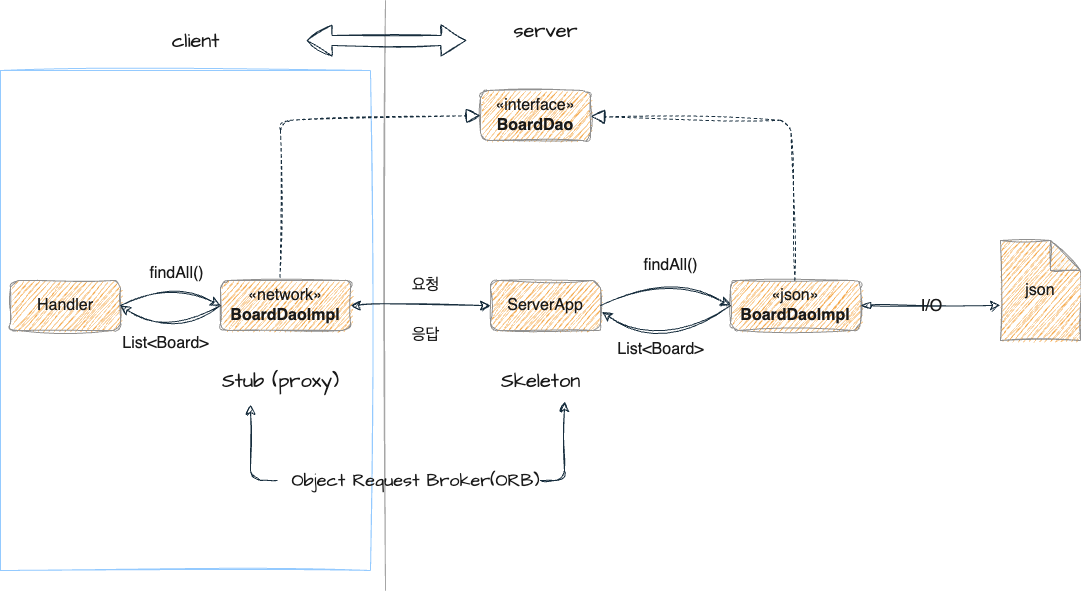
zhtmr/static-files-for-posting keeps this draw.io diagram as 20240117/proxy-diagram.png. Above is the earlier version. Source tidied: cells renumbered, new cells last; positions are measured from the earlier drawing's top-left corner, leaving out a move shared by most shapes.
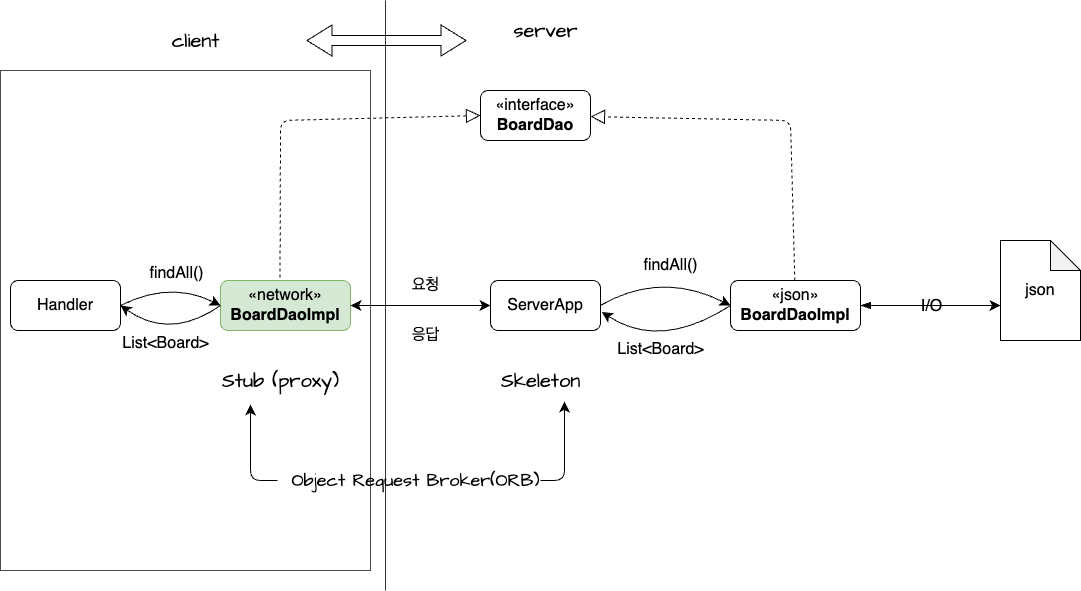
Above is the later version.

Diff of the diagram source:
```diff
@@ -2,28 +2,28 @@
   <root>
     <mxCell id="0" />
     <mxCell id="1" parent="0" />
-    <mxCell id="2" style="rounded=0;whiteSpace=wrap;html=1;sketch=1;hachureGap=4;jiggle=2;curveFitting=1;fontFamily=Architects Daughter;fontSource=https%3A%2F%2Ffonts.googleapis.com%2Fcss%3Ffamily%3DArchitects%2BDaughter;fontSize=20;opacity=70;glass=1;fillColor=none;shadow=0;labelBackgroundColor=none;strokeColor=#66B2FF;fontColor=#1A1A1A;" parent="1" vertex="1">
+    <mxCell id="2" style="rounded=0;whiteSpace=wrap;html=1;hachureGap=4;fontFamily=Architects Daughter;fontSource=https%3A%2F%2Ffonts.googleapis.com%2Fcss%3Ffamily%3DArchitects%2BDaughter;fontSize=20;opacity=70;glass=1;fillColor=none;shadow=0;labelBackgroundColor=none;" parent="1" vertex="1">
       <mxGeometry y="70" width="370" height="500" as="geometry" />
     </mxCell>
-    <mxCell id="3" style="line;strokeWidth=1;direction=south;html=1;sketch=1;hachureGap=4;jiggle=2;curveFitting=1;strokeColor=#909090;fontFamily=Architects Daughter;fontSource=https%3A%2F%2Ffonts.googleapis.com%2Fcss%3Ffamily%3DArchitects%2BDaughter;fontSize=20;fontColor=#1A1A1A;fillColor=#F5AB50;opacity=80;labelBackgroundColor=none;" parent="1" vertex="1">
+    <mxCell id="3" style="line;strokeWidth=1;direction=south;html=1;hachureGap=4;fontFamily=Architects Daughter;fontSource=https%3A%2F%2Ffonts.googleapis.com%2Fcss%3Ffamily%3DArchitects%2BDaughter;fontSize=20;opacity=80;labelBackgroundColor=none;" parent="1" vertex="1">
       <mxGeometry x="380" width="10" height="590" as="geometry" />
     </mxCell>
-    <mxCell id="4" value="Handler" style="html=1;whiteSpace=wrap;fontSize=16;rounded=1;sketch=1;curveFitting=1;jiggle=2;labelBackgroundColor=none;fillColor=#F5AB50;strokeColor=#909090;fontColor=#1A1A1A;" parent="1" vertex="1">
+    <mxCell id="4" value="Handler" style="html=1;whiteSpace=wrap;fontSize=16;rounded=1;labelBackgroundColor=none;" parent="1" vertex="1">
       <mxGeometry x="10" y="280" width="110" height="50" as="geometry" />
     </mxCell>
-    <mxCell id="5" value="«network»&lt;br&gt;&lt;b&gt;BoardDaoImpl&lt;/b&gt;" style="html=1;whiteSpace=wrap;fontSize=16;rounded=1;sketch=1;curveFitting=1;jiggle=2;labelBackgroundColor=none;fillColor=#F5AB50;strokeColor=#909090;fontColor=#1A1A1A;" parent="1" vertex="1">
+    <mxCell id="5" value="«network»&lt;br&gt;&lt;b&gt;BoardDaoImpl&lt;/b&gt;" style="html=1;whiteSpace=wrap;fontSize=16;rounded=1;labelBackgroundColor=none;fillColor=#d5e8d4;strokeColor=#82b366;" parent="1" vertex="1">
       <mxGeometry x="220" y="280" width="130" height="50" as="geometry" />
     </mxCell>
-    <mxCell id="6" value="«json»&lt;br&gt;&lt;b&gt;BoardDaoImpl&lt;/b&gt;" style="html=1;whiteSpace=wrap;fontSize=16;rounded=1;sketch=1;curveFitting=1;jiggle=2;labelBackgroundColor=none;fillColor=#F5AB50;strokeColor=#909090;fontColor=#1A1A1A;" parent="1" vertex="1">
+    <mxCell id="6" value="«json»&lt;br&gt;&lt;b&gt;BoardDaoImpl&lt;/b&gt;" style="html=1;whiteSpace=wrap;fontSize=16;rounded=1;labelBackgroundColor=none;" parent="1" vertex="1">
       <mxGeometry x="730" y="280" width="130" height="50" as="geometry" />
     </mxCell>
-    <mxCell id="7" value="ServerApp" style="html=1;whiteSpace=wrap;fontSize=16;rounded=1;sketch=1;curveFitting=1;jiggle=2;labelBackgroundColor=none;fillColor=#F5AB50;strokeColor=#909090;fontColor=#1A1A1A;" parent="1" vertex="1">
+    <mxCell id="7" value="ServerApp" style="html=1;whiteSpace=wrap;fontSize=16;rounded=1;labelBackgroundColor=none;" parent="1" vertex="1">
       <mxGeometry x="490" y="280" width="110" height="50" as="geometry" />
     </mxCell>
-    <mxCell id="8" value="«interface»&lt;br&gt;&lt;b&gt;BoardDao&lt;/b&gt;" style="html=1;whiteSpace=wrap;fontSize=16;rounded=1;sketch=1;curveFitting=1;jiggle=2;labelBackgroundColor=none;fillColor=#F5AB50;strokeColor=#909090;fontColor=#1A1A1A;" parent="1" vertex="1">
+    <mxCell id="8" value="«interface»&lt;br&gt;&lt;b&gt;BoardDao&lt;/b&gt;" style="html=1;whiteSpace=wrap;fontSize=16;rounded=1;labelBackgroundColor=none;" parent="1" vertex="1">
       <mxGeometry x="480" y="90" width="110" height="50" as="geometry" />
     </mxCell>
-    <mxCell id="9" style="endArrow=block;dashed=1;endFill=0;endSize=12;html=1;rounded=1;fontSize=12;curved=0;exitX=0.458;exitY=-0.062;exitDx=0;exitDy=0;exitPerimeter=0;entryX=0;entryY=0.5;entryDx=0;entryDy=0;sketch=1;curveFitting=1;jiggle=2;labelBackgroundColor=none;strokeColor=#182E3E;fontColor=default;" parent="1" edge="1" target="8">
+    <mxCell id="9" style="endArrow=block;dashed=1;endFill=0;endSize=12;html=1;rounded=1;fontSize=12;curved=0;exitX=0.458;exitY=-0.062;exitDx=0;exitDy=0;exitPerimeter=0;entryX=0;entryY=0.5;entryDx=0;entryDy=0;labelBackgroundColor=none;fontColor=default;" parent="1" edge="1" target="8">
       <mxGeometry relative="1" as="geometry">
         <mxPoint x="279.5" y="276.9" as="sourcePoint" />
         <Array as="points">
@@ -31,111 +31,111 @@
         </Array>
       </mxGeometry>
     </mxCell>
-    <mxCell id="10" style="endArrow=block;dashed=1;endFill=0;endSize=12;html=1;rounded=1;fontSize=12;curved=0;sketch=1;curveFitting=1;jiggle=2;labelBackgroundColor=none;strokeColor=#182E3E;fontColor=default;" parent="1" edge="1" source="6" target="8">
+    <mxCell id="10" style="endArrow=block;dashed=1;endFill=0;endSize=12;html=1;rounded=1;fontSize=12;curved=0;labelBackgroundColor=none;fontColor=default;" parent="1" edge="1" source="6" target="8">
       <mxGeometry relative="1" as="geometry">
         <Array as="points">
           <mxPoint x="790" y="120" />
         </Array>
       </mxGeometry>
     </mxCell>
-    <mxCell id="11" value="json" style="shape=note;whiteSpace=wrap;html=1;backgroundOutline=1;darkOpacity=0.05;fontSize=16;rounded=1;sketch=1;curveFitting=1;jiggle=2;labelBackgroundColor=none;fillColor=#F5AB50;strokeColor=#909090;fontColor=#1A1A1A;" parent="1" vertex="1">
+    <mxCell id="11" value="json" style="shape=note;whiteSpace=wrap;html=1;backgroundOutline=1;darkOpacity=0.05;fontSize=16;rounded=1;labelBackgroundColor=none;" parent="1" vertex="1">
       <mxGeometry x="1000" y="240" width="80" height="100" as="geometry" />
     </mxCell>
-    <mxCell id="12" style="endArrow=classic;html=1;rounded=0;fontSize=12;startSize=8;endSize=8;curved=1;exitX=1;exitY=0.5;exitDx=0;exitDy=0;entryX=0;entryY=0.5;entryDx=0;entryDy=0;sketch=1;curveFitting=1;jiggle=2;labelBackgroundColor=none;strokeColor=#182E3E;fontColor=default;" parent="1" edge="1" source="4" target="5">
+    <mxCell id="12" style="endArrow=classic;html=1;rounded=0;fontSize=12;startSize=8;endSize=8;curved=1;exitX=1;exitY=0.5;exitDx=0;exitDy=0;entryX=0;entryY=0.5;entryDx=0;entryDy=0;labelBackgroundColor=none;fontColor=default;" parent="1" edge="1" source="4" target="5">
       <mxGeometry relative="1" as="geometry">
         <Array as="points">
           <mxPoint x="170" y="280" />
         </Array>
       </mxGeometry>
     </mxCell>
-    <mxCell id="13" value="findAll()" style="edgeLabel;html=1;align=center;verticalAlign=middle;fontSize=16;sketch=1;curveFitting=1;jiggle=2;labelBackgroundColor=none;fontColor=#1A1A1A;" parent="12" vertex="1">
+    <mxCell id="13" value="findAll()" style="edgeLabel;html=1;align=center;verticalAlign=middle;fontSize=16;labelBackgroundColor=none;" parent="12" vertex="1">
       <mxGeometry relative="1" as="geometry">
         <mxPoint x="5" y="-8" as="offset" />
       </mxGeometry>
     </mxCell>
-    <mxCell id="14" style="endArrow=classic;html=1;rounded=0;fontSize=12;startSize=8;endSize=8;curved=1;entryX=0;entryY=0.5;entryDx=0;entryDy=0;exitX=1;exitY=0.5;exitDx=0;exitDy=0;startArrow=blockThin;startFill=1;sketch=1;curveFitting=1;jiggle=2;labelBackgroundColor=none;strokeColor=#182E3E;fontColor=default;" parent="1" edge="1" source="6">
+    <mxCell id="14" style="endArrow=classic;html=1;rounded=0;fontSize=12;startSize=8;endSize=8;curved=1;entryX=0;entryY=0.5;entryDx=0;entryDy=0;exitX=1;exitY=0.5;exitDx=0;exitDy=0;startArrow=blockThin;startFill=1;labelBackgroundColor=none;fontColor=default;" parent="1" edge="1" source="6">
       <mxGeometry relative="1" as="geometry">
         <mxPoint x="1000" y="305" as="targetPoint" />
       </mxGeometry>
     </mxCell>
-    <mxCell id="15" value="I/O" style="edgeLabel;html=1;align=center;verticalAlign=middle;fontSize=16;sketch=1;curveFitting=1;jiggle=2;labelBackgroundColor=none;fontColor=#1A1A1A;" parent="14" vertex="1">
+    <mxCell id="15" value="I/O" style="edgeLabel;html=1;align=center;verticalAlign=middle;fontSize=16;labelBackgroundColor=none;" parent="14" vertex="1">
       <mxGeometry relative="1" as="geometry" />
     </mxCell>
-    <mxCell id="16" style="endArrow=classic;html=1;rounded=0;fontSize=12;startSize=8;endSize=8;curved=1;exitX=0;exitY=0.5;exitDx=0;exitDy=0;entryX=1;entryY=0.5;entryDx=0;entryDy=0;sketch=1;curveFitting=1;jiggle=2;labelBackgroundColor=none;strokeColor=#182E3E;fontColor=default;" parent="1" edge="1" source="5" target="4">
+    <mxCell id="16" style="endArrow=classic;html=1;rounded=0;fontSize=12;startSize=8;endSize=8;curved=1;exitX=0;exitY=0.5;exitDx=0;exitDy=0;entryX=1;entryY=0.5;entryDx=0;entryDy=0;labelBackgroundColor=none;fontColor=default;" parent="1" edge="1" source="5" target="4">
       <mxGeometry relative="1" as="geometry">
         <Array as="points">
           <mxPoint x="170" y="340" />
         </Array>
       </mxGeometry>
     </mxCell>
-    <mxCell id="17" value="List&amp;lt;Board&amp;gt;" style="edgeLabel;html=1;align=center;verticalAlign=middle;fontSize=16;sketch=1;curveFitting=1;jiggle=2;labelBackgroundColor=none;fontColor=#1A1A1A;" parent="16" vertex="1">
+    <mxCell id="17" value="List&amp;lt;Board&amp;gt;" style="edgeLabel;html=1;align=center;verticalAlign=middle;fontSize=16;labelBackgroundColor=none;" parent="16" vertex="1">
       <mxGeometry relative="1" as="geometry">
         <mxPoint x="-6" y="2" as="offset" />
       </mxGeometry>
     </mxCell>
-    <mxCell id="18" style="endArrow=classic;html=1;rounded=0;fontSize=12;startSize=8;endSize=8;curved=1;exitX=1;exitY=0.5;exitDx=0;exitDy=0;entryX=0;entryY=0.5;entryDx=0;entryDy=0;sketch=1;curveFitting=1;jiggle=2;labelBackgroundColor=none;strokeColor=#182E3E;fontColor=default;" parent="1" edge="1" source="7" target="6">
+    <mxCell id="18" style="endArrow=classic;html=1;rounded=0;fontSize=12;startSize=8;endSize=8;curved=1;exitX=1;exitY=0.5;exitDx=0;exitDy=0;entryX=0;entryY=0.5;entryDx=0;entryDy=0;labelBackgroundColor=none;fontColor=default;" parent="1" edge="1" source="7" target="6">
       <mxGeometry relative="1" as="geometry">
         <Array as="points">
           <mxPoint x="660" y="270" />
         </Array>
       </mxGeometry>
     </mxCell>
-    <mxCell id="19" value="findAll()" style="edgeLabel;html=1;align=center;verticalAlign=middle;fontSize=16;sketch=1;curveFitting=1;jiggle=2;labelBackgroundColor=none;fontColor=#1A1A1A;" parent="18" vertex="1">
+    <mxCell id="19" value="findAll()" style="edgeLabel;html=1;align=center;verticalAlign=middle;fontSize=16;labelBackgroundColor=none;" parent="18" vertex="1">
       <mxGeometry relative="1" as="geometry">
         <mxPoint x="5" y="-8" as="offset" />
       </mxGeometry>
     </mxCell>
-    <mxCell id="20" style="endArrow=classic;html=1;rounded=0;fontSize=12;startSize=8;endSize=8;curved=1;exitX=0;exitY=0.5;exitDx=0;exitDy=0;entryX=1.012;entryY=0.629;entryDx=0;entryDy=0;entryPerimeter=0;sketch=1;curveFitting=1;jiggle=2;labelBackgroundColor=none;strokeColor=#182E3E;fontColor=default;" parent="1" edge="1" source="6" target="7">
+    <mxCell id="20" style="endArrow=classic;html=1;rounded=0;fontSize=12;startSize=8;endSize=8;curved=1;exitX=0;exitY=0.5;exitDx=0;exitDy=0;entryX=1.012;entryY=0.629;entryDx=0;entryDy=0;entryPerimeter=0;labelBackgroundColor=none;fontColor=default;" parent="1" edge="1" source="6" target="7">
       <mxGeometry relative="1" as="geometry">
         <Array as="points">
           <mxPoint x="660" y="350" />
         </Array>
       </mxGeometry>
     </mxCell>
-    <mxCell id="21" value="List&amp;lt;Board&amp;gt;" style="edgeLabel;html=1;align=center;verticalAlign=middle;fontSize=16;sketch=1;curveFitting=1;jiggle=2;labelBackgroundColor=none;fontColor=#1A1A1A;" parent="20" vertex="1">
+    <mxCell id="21" value="List&amp;lt;Board&amp;gt;" style="edgeLabel;html=1;align=center;verticalAlign=middle;fontSize=16;labelBackgroundColor=none;" parent="20" vertex="1">
       <mxGeometry relative="1" as="geometry">
         <mxPoint x="-6" y="2" as="offset" />
       </mxGeometry>
     </mxCell>
-    <mxCell id="22" style="endArrow=classic;startArrow=classic;html=1;rounded=0;fontSize=12;startSize=8;endSize=8;curved=1;exitX=1;exitY=0.5;exitDx=0;exitDy=0;entryX=0;entryY=0.5;entryDx=0;entryDy=0;sketch=1;curveFitting=1;jiggle=2;labelBackgroundColor=none;strokeColor=#182E3E;fontColor=default;" parent="1" edge="1" source="5" target="7">
+    <mxCell id="22" style="endArrow=classic;startArrow=classic;html=1;rounded=0;fontSize=12;startSize=8;endSize=8;curved=1;exitX=1;exitY=0.5;exitDx=0;exitDy=0;entryX=0;entryY=0.5;entryDx=0;entryDy=0;labelBackgroundColor=none;fontColor=default;" parent="1" edge="1" source="5" target="7">
       <mxGeometry relative="1" as="geometry" />
     </mxCell>
-    <mxCell id="23" value="요청" style="text;html=1;align=center;verticalAlign=middle;strokeColor=none;fillColor=none;fontSize=16;sketch=1;curveFitting=1;jiggle=2;labelBackgroundColor=none;fontColor=#1A1A1A;" parent="1" vertex="1">
+    <mxCell id="23" value="요청" style="text;html=1;align=center;verticalAlign=middle;strokeColor=none;fillColor=none;fontSize=16;labelBackgroundColor=none;" parent="1" vertex="1">
       <mxGeometry x="400" y="270" width="50" height="30" as="geometry" />
     </mxCell>
-    <mxCell id="24" value="응답" style="text;html=1;align=center;verticalAlign=middle;strokeColor=none;fillColor=none;fontSize=16;sketch=1;curveFitting=1;jiggle=2;labelBackgroundColor=none;fontColor=#1A1A1A;" parent="1" vertex="1">
+    <mxCell id="24" value="응답" style="text;html=1;align=center;verticalAlign=middle;strokeColor=none;fillColor=none;fontSize=16;labelBackgroundColor=none;" parent="1" vertex="1">
       <mxGeometry x="400" y="320" width="50" height="30" as="geometry" />
     </mxCell>
-    <mxCell id="25" value="Stub (proxy)" style="text;html=1;align=center;verticalAlign=middle;fontSize=20;fontFamily=Architects Daughter;labelBackgroundColor=none;fontColor=#1A1A1A;" parent="1" vertex="1">
+    <mxCell id="25" value="Stub (proxy)" style="text;html=1;align=center;verticalAlign=middle;fontSize=20;fontFamily=Architects Daughter;labelBackgroundColor=none;" parent="1" vertex="1">
       <mxGeometry x="210" y="360" width="140" height="40" as="geometry" />
     </mxCell>
-    <mxCell id="26" value="Skeleton" style="text;html=1;align=center;verticalAlign=middle;points=[];fontSize=20;fontFamily=Architects Daughter;labelBackgroundColor=none;fontColor=#1A1A1A;" parent="1" vertex="1">
+    <mxCell id="26" value="Skeleton" style="text;html=1;align=center;verticalAlign=middle;points=[];fontSize=20;fontFamily=Architects Daughter;labelBackgroundColor=none;" parent="1" vertex="1">
       <mxGeometry x="490" y="360" width="100" height="40" as="geometry" />
     </mxCell>
-    <mxCell id="27" value="Object Request Broker(ORB)" style="text;html=1;align=center;verticalAlign=middle;strokeColor=none;fillColor=none;fontSize=18;fontFamily=Architects Daughter;fontColor=#1A1A1A;labelBackgroundColor=none;" parent="1" vertex="1">
+    <mxCell id="27" value="Object Request Broker(ORB)" style="text;html=1;align=center;verticalAlign=middle;strokeColor=none;fillColor=none;fontSize=18;fontFamily=Architects Daughter;labelBackgroundColor=none;" parent="1" vertex="1">
       <mxGeometry x="280" y="460" width="270" height="40" as="geometry" />
     </mxCell>
-    <mxCell id="28" style="edgeStyle=segmentEdgeStyle;endArrow=classic;html=1;curved=0;rounded=1;endSize=8;startSize=8;sketch=1;hachureGap=4;jiggle=2;curveFitting=1;strokeColor=#182E3E;fontFamily=Architects Daughter;fontSource=https%3A%2F%2Ffonts.googleapis.com%2Fcss%3Ffamily%3DArchitects%2BDaughter;fontSize=16;fontColor=default;entryX=0.74;entryY=1.025;entryDx=0;entryDy=0;entryPerimeter=0;labelBackgroundColor=none;" parent="1" edge="1" target="26">
+    <mxCell id="28" style="edgeStyle=segmentEdgeStyle;endArrow=classic;html=1;curved=0;rounded=1;endSize=8;startSize=8;hachureGap=4;fontFamily=Architects Daughter;fontSource=https%3A%2F%2Ffonts.googleapis.com%2Fcss%3Ffamily%3DArchitects%2BDaughter;fontSize=16;fontColor=default;entryX=0.74;entryY=1.025;entryDx=0;entryDy=0;entryPerimeter=0;labelBackgroundColor=none;" parent="1" edge="1" target="26">
       <mxGeometry relative="1" as="geometry">
         <mxPoint x="540" y="480" as="sourcePoint" />
       </mxGeometry>
     </mxCell>
-    <mxCell id="29" style="edgeStyle=segmentEdgeStyle;endArrow=classic;html=1;curved=0;rounded=1;endSize=8;startSize=8;sketch=1;hachureGap=4;jiggle=2;curveFitting=1;strokeColor=#182E3E;fontFamily=Architects Daughter;fontSource=https%3A%2F%2Ffonts.googleapis.com%2Fcss%3Ffamily%3DArchitects%2BDaughter;fontSize=16;fontColor=default;entryX=0.74;entryY=1.025;entryDx=0;entryDy=0;entryPerimeter=0;labelBackgroundColor=none;" parent="1" edge="1">
+    <mxCell id="29" style="edgeStyle=segmentEdgeStyle;endArrow=classic;html=1;curved=0;rounded=1;endSize=8;startSize=8;hachureGap=4;fontFamily=Architects Daughter;fontSource=https%3A%2F%2Ffonts.googleapis.com%2Fcss%3Ffamily%3DArchitects%2BDaughter;fontSize=16;fontColor=default;entryX=0.74;entryY=1.025;entryDx=0;entryDy=0;entryPerimeter=0;labelBackgroundColor=none;" parent="1" edge="1">
       <mxGeometry relative="1" as="geometry">
         <mxPoint x="277" y="480" as="sourcePoint" />
         <mxPoint x="250" y="404" as="targetPoint" />
       </mxGeometry>
     </mxCell>
-    <mxCell id="30" style="shape=flexArrow;endArrow=classic;startArrow=classic;html=1;rounded=0;sketch=1;hachureGap=4;jiggle=2;curveFitting=1;strokeColor=#182E3E;fontFamily=Architects Daughter;fontSource=https%3A%2F%2Ffonts.googleapis.com%2Fcss%3Ffamily%3DArchitects%2BDaughter;fontSize=16;fontColor=default;startSize=8;endSize=8;curved=1;labelBackgroundColor=none;" parent="1" edge="1">
+    <mxCell id="30" style="shape=flexArrow;endArrow=classic;startArrow=classic;html=1;rounded=0;hachureGap=4;fontFamily=Architects Daughter;fontSource=https%3A%2F%2Ffonts.googleapis.com%2Fcss%3Ffamily%3DArchitects%2BDaughter;fontSize=16;fontColor=default;startSize=8;endSize=8;curved=1;labelBackgroundColor=none;" parent="1" edge="1">
       <mxGeometry relative="1" as="geometry">
         <mxPoint x="306" y="40" as="sourcePoint" />
         <mxPoint x="466" y="40" as="targetPoint" />
       </mxGeometry>
     </mxCell>
-    <mxCell id="31" value="client" style="text;html=1;align=center;verticalAlign=middle;strokeColor=none;fillColor=none;fontSize=20;fontFamily=Architects Daughter;fontColor=#1A1A1A;fontSource=https%3A%2F%2Ffonts.googleapis.com%2Fcss%3Ffamily%3DArchitects%2BDaughter;labelBackgroundColor=none;" parent="1" vertex="1">
+    <mxCell id="31" value="client" style="text;html=1;align=center;verticalAlign=middle;strokeColor=none;fillColor=none;fontSize=20;fontFamily=Architects Daughter;fontSource=https%3A%2F%2Ffonts.googleapis.com%2Fcss%3Ffamily%3DArchitects%2BDaughter;labelBackgroundColor=none;" parent="1" vertex="1">
       <mxGeometry x="160" y="20" width="70" height="40" as="geometry" />
     </mxCell>
-    <mxCell id="32" value="server" style="text;html=1;align=center;verticalAlign=middle;strokeColor=none;fillColor=none;fontSize=20;fontFamily=Architects Daughter;fontColor=#1A1A1A;labelBackgroundColor=none;" parent="1" vertex="1">
+    <mxCell id="32" value="server" style="text;html=1;align=center;verticalAlign=middle;strokeColor=none;fillColor=none;fontSize=20;fontFamily=Architects Daughter;labelBackgroundColor=none;" parent="1" vertex="1">
       <mxGeometry x="500" y="10" width="90" height="40" as="geometry" />
     </mxCell>
   </root>
```
